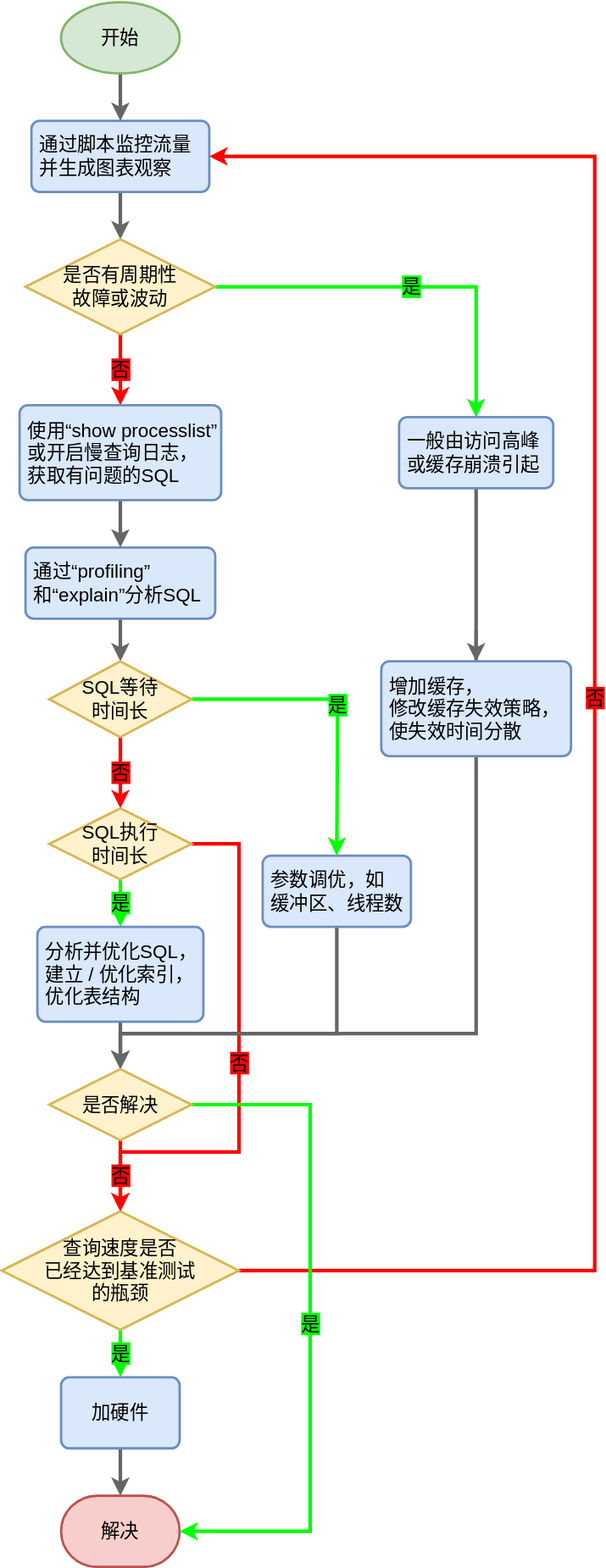
Earlier version of the draw.io export images/7/database-optimization.svg (LeanLeeOne/notes). Source tidied: cells renumbered, new cells last; positions are measured from the earlier drawing's top-left corner, leaving out a move shared by most shapes.
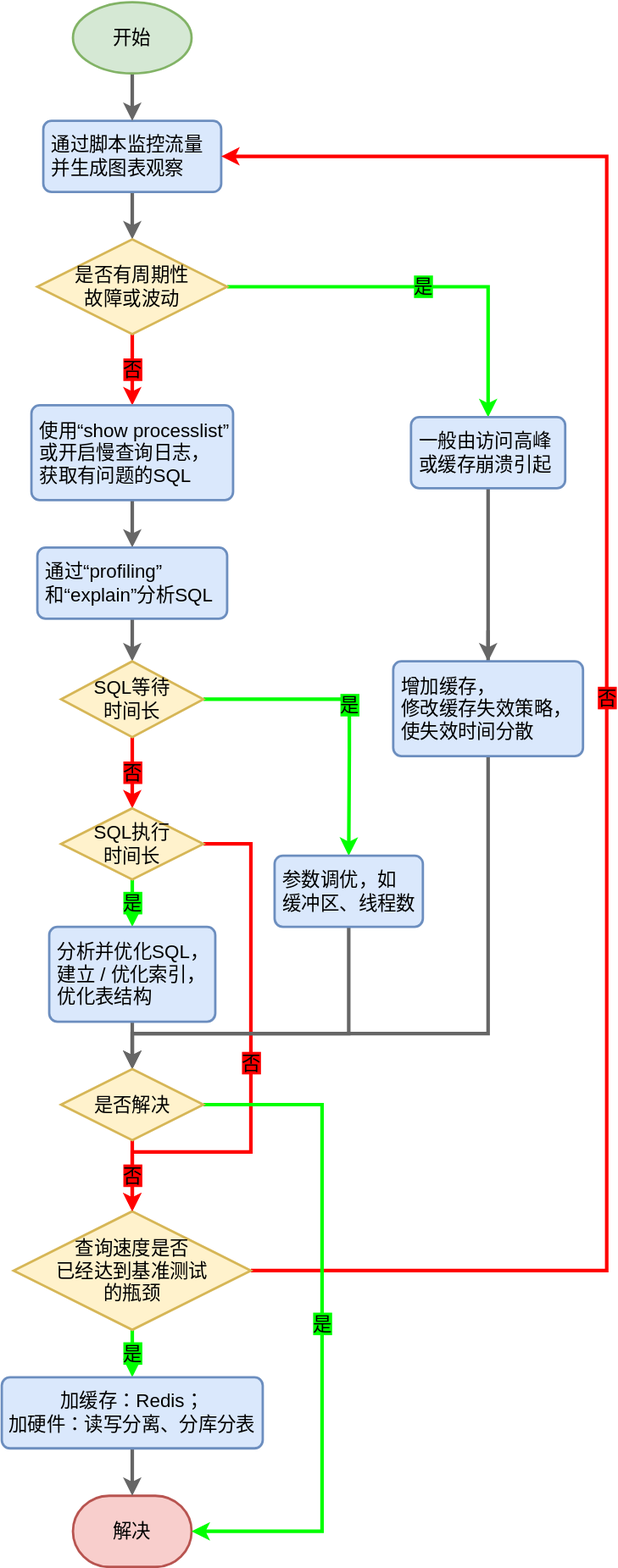
The same file after the commit.

Commit message:
完善数据库优化

What changed in the source:
```diff
@@ -84,8 +84,8 @@
     <mxCell id="23" style="edgeStyle=orthogonalEdgeStyle;rounded=0;jettySize=auto;html=1;exitX=0.5;exitY=1;exitDx=0;exitDy=0;entryX=0.5;entryY=0;entryDx=0;entryDy=0;entryPerimeter=0;fontSize=16;strokeWidth=3;fillColor=#f5f5f5;strokeColor=#666666;" parent="1" edge="1" source="24" target="22">
       <mxGeometry relative="1" as="geometry" />
     </mxCell>
-    <mxCell id="24" value="加硬件" style="rounded=1;whiteSpace=wrap;html=1;absoluteArcSize=1;arcSize=14;strokeWidth=2;fontSize=16;align=center;fillColor=#dae8fc;strokeColor=#6c8ebf;" parent="1" vertex="1">
-      <mxGeometry x="50" y="1160" width="100" height="60" as="geometry" />
+    <mxCell id="24" value="加缓存：Redis；&lt;br&gt;加硬件：读写分离、分库分表" style="rounded=1;whiteSpace=wrap;html=1;absoluteArcSize=1;arcSize=14;strokeWidth=2;fontSize=16;align=center;fillColor=#dae8fc;strokeColor=#6c8ebf;" parent="1" vertex="1">
+      <mxGeometry x="-10" y="1160" width="220" height="60" as="geometry" />
     </mxCell>
     <mxCell id="25" style="edgeStyle=orthogonalEdgeStyle;rounded=0;jettySize=auto;html=1;exitX=0.5;exitY=1;exitDx=0;exitDy=0;fontSize=16;strokeWidth=3;fillColor=#f5f5f5;strokeColor=#666666;" parent="1" edge="1" source="26" target="28">
       <mxGeometry relative="1" as="geometry" />
```
